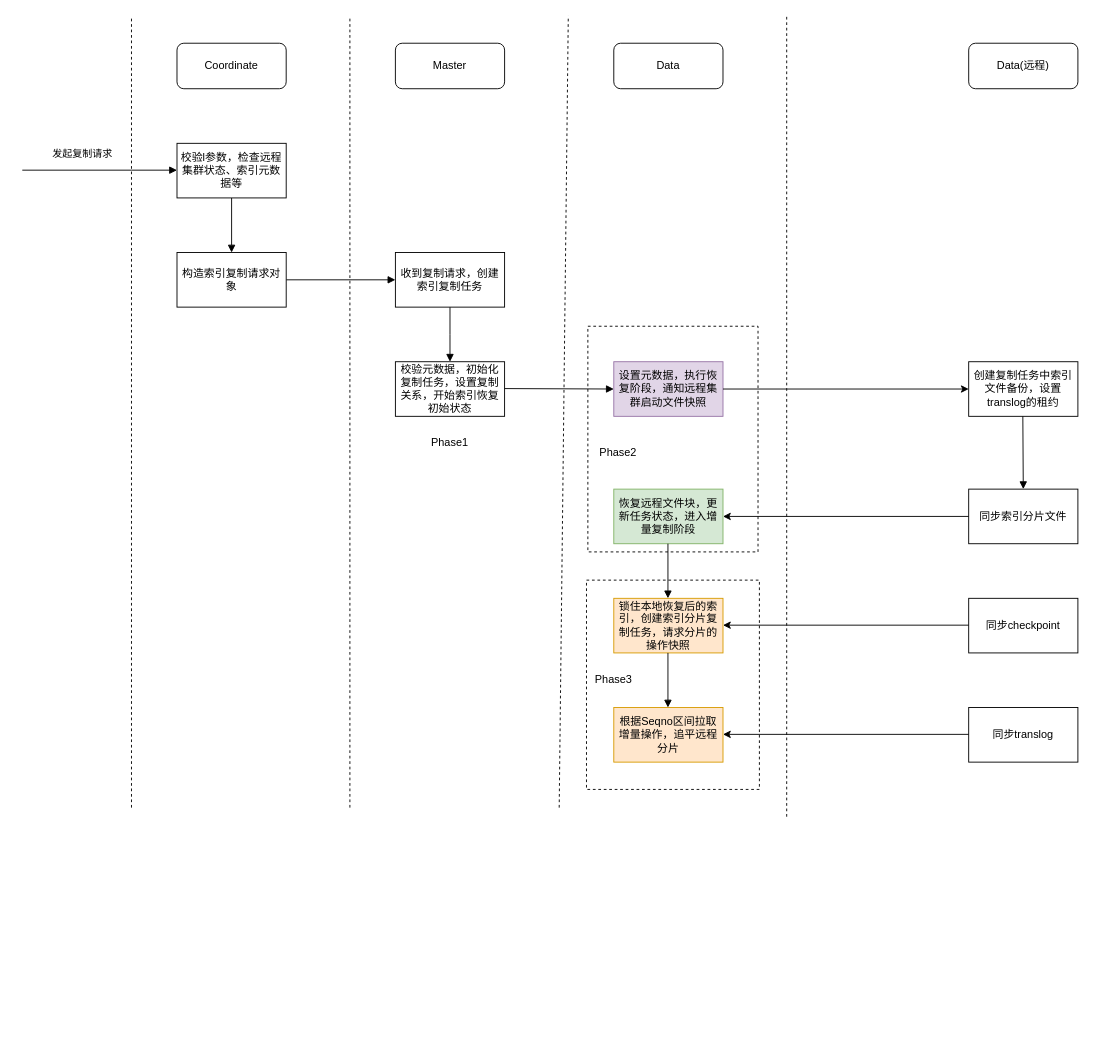
Earlier version of the draw.io diagram elasticsearch/replication/es_occr.drawio (kingskipper/design). Source tidied: cells renumbered, new cells numbered last; positions are measured from the earlier drawing's top-left corner, leaving out a move shared by most shapes. Both pictures are drawn from the tidied source at 91%, with x=0, y=0 at pixel (22, 15).
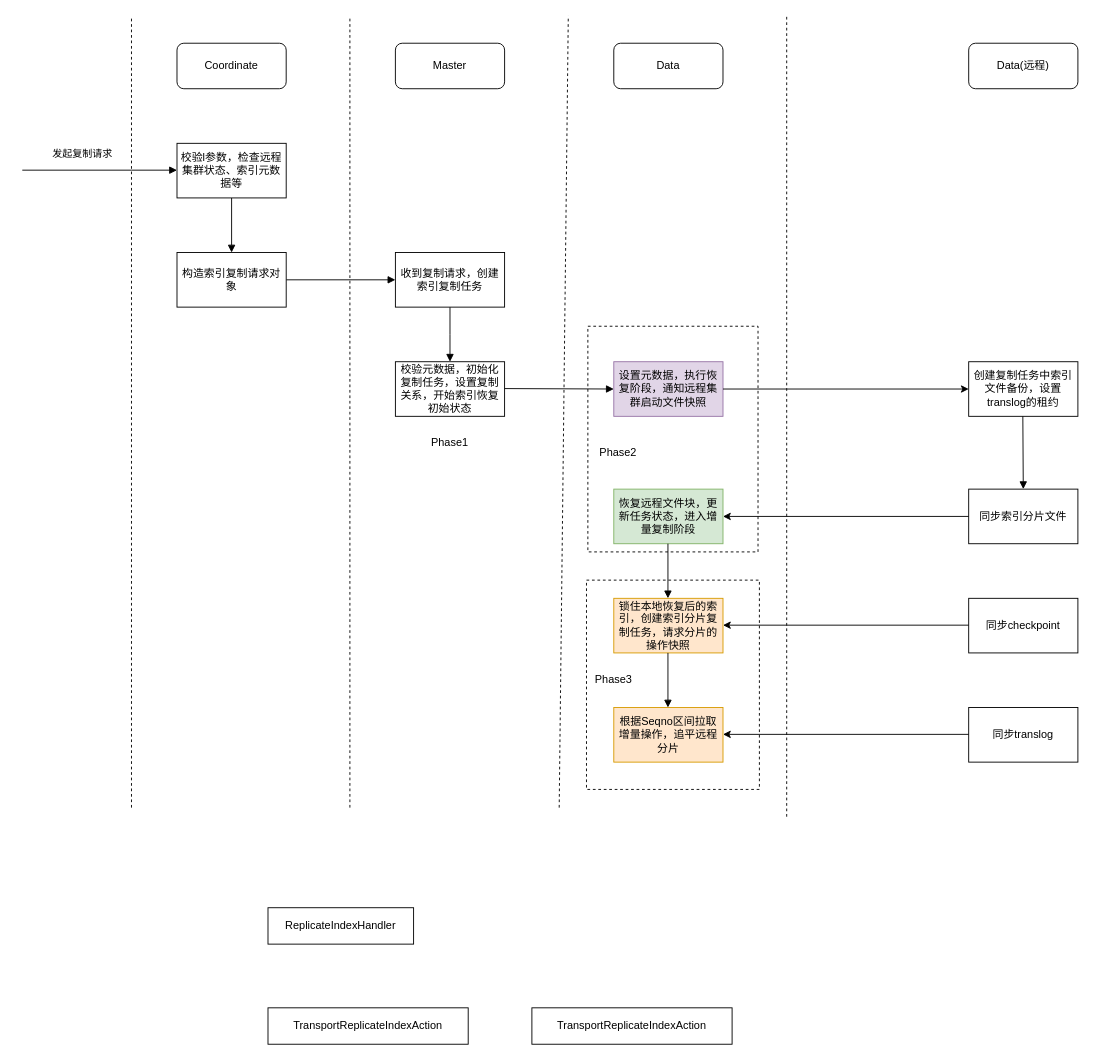
The same diagram, later.

The edit, as a diff of the source:
```diff
@@
+    <mxCell id="40" value="ReplicateIndexHandler" style="rounded=0;whiteSpace=wrap;html=1;" parent="1" vertex="1">
+      <mxGeometry x="270" y="980" width="160" height="40" as="geometry" />
+    </mxCell>
+    <mxCell id="41" value="TransportReplicateIndexAction" style="rounded=0;whiteSpace=wrap;html=1;" parent="1" vertex="1">
+      <mxGeometry x="270" y="1090" width="220" height="40" as="geometry" />
+    </mxCell>
+    <mxCell id="42" value="TransportReplicateIndexAction" style="rounded=0;whiteSpace=wrap;html=1;" parent="1" vertex="1">
+      <mxGeometry x="560" y="1090" width="220" height="40" as="geometry" />
+    </mxCell>
```
